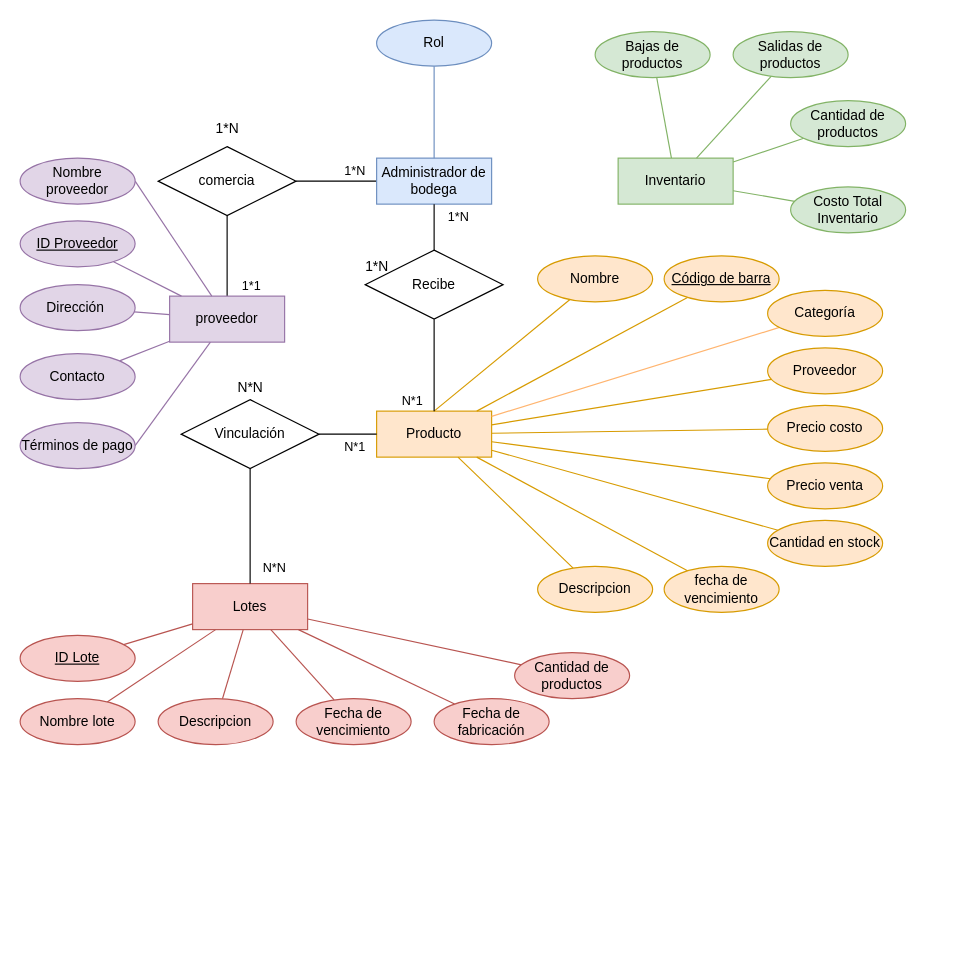
Above: Diagrama sin título.drawio in JotaMont/Evaluacion-2-Front-End (draw.io), before the change. Source tidied: cells renumbered, new cells numbered last; positions are measured from the earlier drawing's top-left corner, leaving out a move shared by most shapes. Both pictures are drawn from the tidied source at 115%, with x=0, y=0 at pixel (20, 20).
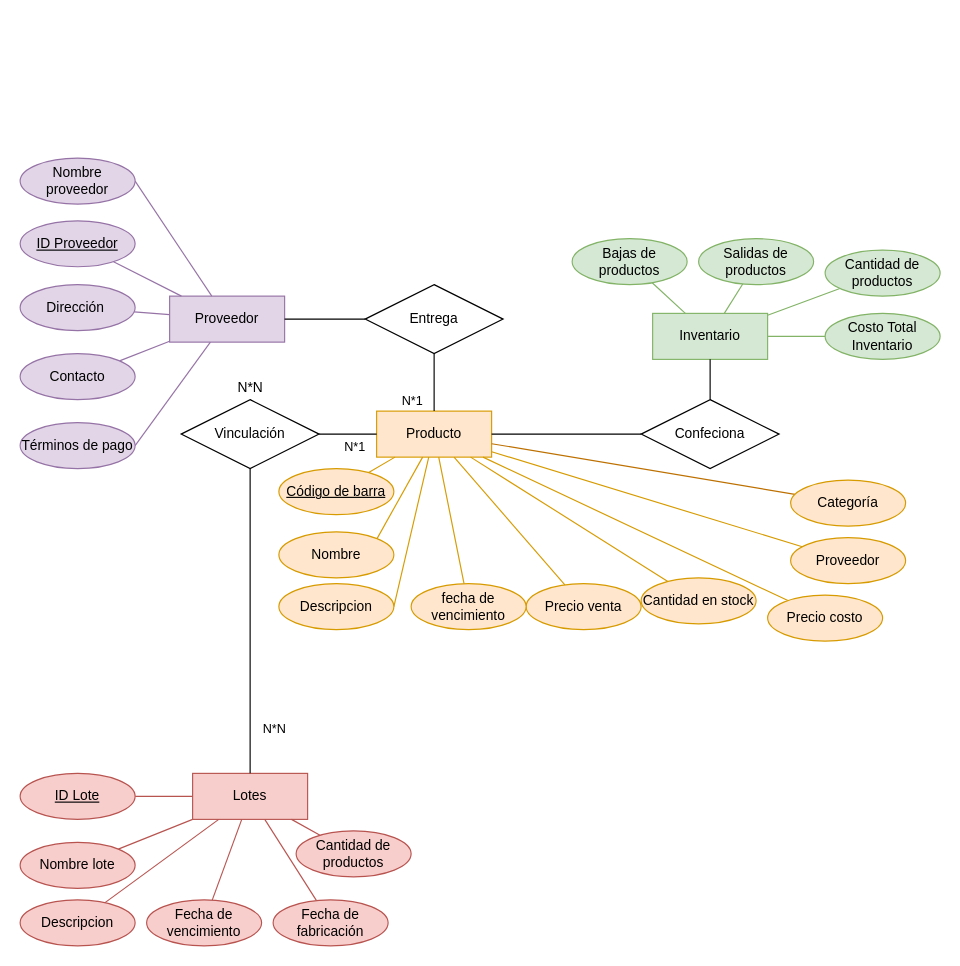
Above is the later version.

The change refers to these unchanged cells:
```xml
<mxCell id="8" value="Producto" style="whiteSpace=wrap;html=1;align=center;fillColor=#ffe6cc;strokeColor=#d79b00;" parent="1" vertex="1">
  <mxGeometry x="310" y="340" width="100" height="40" as="geometry" />
</mxCell>
<mxCell id="54" style="rounded=0;jettySize=auto;html=1;endArrow=none;endFill=0;" parent="1" edge="1" source="58" target="8">
  <mxGeometry relative="1" as="geometry" />
</mxCell>
```

Change to the diagram source:
```diff
@@
-    <mxCell id="2" style="edgeStyle=orthogonalEdgeStyle;rounded=0;jettySize=auto;html=1;endArrow=none;endFill=0;labelPosition=right;verticalLabelPosition=top;align=left;verticalAlign=bottom;" parent="1" edge="1" source="4" target="52">
-      <mxGeometry relative="1" as="geometry" />
-    </mxCell>
-    <mxCell id="3" value="1*N" style="edgeLabel;html=1;align=center;verticalAlign=middle;" parent="2" vertex="1">
-      <mxGeometry x="-0.43" y="3" relative="1" as="geometry">
-        <mxPoint y="-13" as="offset" />
-      </mxGeometry>
-    </mxCell>
-    <mxCell id="4" value="Administrador de bodega" style="whiteSpace=wrap;html=1;align=center;fillColor=#dae8fc;strokeColor=#6c8ebf;" parent="1" vertex="1">
-      <mxGeometry x="310" y="120" width="100" height="40" as="geometry" />
-    </mxCell>
-    <mxCell id="5" style="rounded=0;jettySize=auto;html=1;endArrow=none;endFill=0;labelPosition=left;verticalLabelPosition=top;align=right;verticalAlign=bottom;" parent="1" edge="1" source="7" target="52">
-      <mxGeometry relative="1" as="geometry" />
-    </mxCell>
-    <mxCell id="6" value="1*1" style="edgeLabel;html=1;align=center;verticalAlign=middle;" parent="5" vertex="1">
-      <mxGeometry x="-0.49" y="2" relative="1" as="geometry">
-        <mxPoint x="22" y="8" as="offset" />
-      </mxGeometry>
-    </mxCell>
-    <mxCell id="7" value="proveedor" style="whiteSpace=wrap;html=1;align=center;fillColor=#e1d5e7;strokeColor=#9673a6;" parent="1" vertex="1">
+    <mxCell id="7" value="Proveedor" style="whiteSpace=wrap;html=1;align=center;fillColor=#e1d5e7;strokeColor=#9673a6;" parent="1" vertex="1">
       <mxGeometry x="130" y="240" width="100" height="40" as="geometry" />
     </mxCell>
+    <mxCell id="75" style="edgeStyle=orthogonalEdgeStyle;rounded=0;jettySize=auto;html=1;exitX=0.5;exitY=0;exitDx=0;exitDy=0;" parent="1" edge="1" source="8">
+      <mxGeometry relative="1" as="geometry">
+        <mxPoint x="360" y="340" as="targetPoint" />
+      </mxGeometry>
+    </mxCell>
@@
     <mxCell id="9" value="Lotes" style="whiteSpace=wrap;html=1;align=center;fillColor=#f8cecc;strokeColor=#b85450;" parent="1" vertex="1">
-      <mxGeometry x="150" y="490" width="100" height="40" as="geometry" />
+      <mxGeometry x="150" y="655" width="100" height="40" as="geometry" />
     </mxCell>
-    <mxCell id="10" style="rounded=0;jettySize=auto;html=1;jumpStyle=line;endArrow=none;endFill=0;fillColor=#dae8fc;strokeColor=#6c8ebf;" parent="1" edge="1" source="11" target="4">
-      <mxGeometry relative="1" as="geometry" />
-    </mxCell>
-    <mxCell id="11" value="Rol" style="ellipse;whiteSpace=wrap;html=1;align=center;fillColor=#dae8fc;strokeColor=#6c8ebf;" parent="1" vertex="1">
-      <mxGeometry x="310" width="100" height="40" as="geometry" />
-    </mxCell>
-    <mxCell id="12" style="rounded=0;jettySize=auto;html=1;endArrow=none;endFill=0;strokeColor=#FFB570;" parent="1" edge="1" source="13" target="8">
+    <mxCell id="12" style="rounded=0;jettySize=auto;html=1;endArrow=none;endFill=0;strokeColor=#BD7000;fillColor=#f0a30a;" parent="1" edge="1" source="13" target="8">
       <mxGeometry relative="1" as="geometry" />
     </mxCell>
     <mxCell id="13" value="&lt;span style=&quot;text-align: left;&quot;&gt;Categoría&lt;/span&gt;" style="ellipse;whiteSpace=wrap;html=1;align=center;fillColor=#ffe6cc;strokeColor=#d79b00;" parent="1" vertex="1">
-      <mxGeometry x="650" y="235" width="100" height="40" as="geometry" />
+      <mxGeometry x="670" y="400" width="100" height="40" as="geometry" />
     </mxCell>
-    <mxCell id="14" style="rounded=0;jettySize=auto;html=1;endArrow=none;endFill=0;fillColor=#ffe6cc;strokeColor=#d79b00;entryX=0.5;entryY=0;entryDx=0;entryDy=0;" parent="1" edge="1" source="15" target="8">
-      <mxGeometry relative="1" as="geometry" />
+    <mxCell id="14" style="rounded=0;jettySize=auto;html=1;endArrow=none;endFill=0;fillColor=#ffe6cc;strokeColor=#d79b00;exitX=1;exitY=0;exitDx=0;exitDy=0;" parent="1" edge="1" source="15">
+      <mxGeometry relative="1" as="geometry">
+        <mxPoint x="350" y="380" as="targetPoint" />
+      </mxGeometry>
     </mxCell>
     <mxCell id="15" value="Nombre" style="ellipse;whiteSpace=wrap;html=1;align=center;fillColor=#ffe6cc;strokeColor=#d79b00;" parent="1" vertex="1">
-      <mxGeometry x="450" y="205" width="100" height="40" as="geometry" />
+      <mxGeometry x="225" y="445" width="100" height="40" as="geometry" />
     </mxCell>
@@
     <mxCell id="17" value="Código de barra" style="ellipse;whiteSpace=wrap;html=1;align=center;fontStyle=4;fillColor=#ffe6cc;strokeColor=#d79b00;" parent="1" vertex="1">
-      <mxGeometry x="560" y="205" width="100" height="40" as="geometry" />
+      <mxGeometry x="225" y="390" width="100" height="40" as="geometry" />
     </mxCell>
@@
     <mxCell id="19" value="Proveedor" style="ellipse;whiteSpace=wrap;html=1;align=center;fillColor=#ffe6cc;strokeColor=#d79b00;" parent="1" vertex="1">
-      <mxGeometry x="650" y="285" width="100" height="40" as="geometry" />
+      <mxGeometry x="670" y="450" width="100" height="40" as="geometry" />
     </mxCell>
@@
     <mxCell id="21" value="Precio costo" style="ellipse;whiteSpace=wrap;html=1;align=center;fillColor=#ffe6cc;strokeColor=#d79b00;" parent="1" vertex="1">
-      <mxGeometry x="650" y="335" width="100" height="40" as="geometry" />
+      <mxGeometry x="650" y="500" width="100" height="40" as="geometry" />
     </mxCell>
@@
     <mxCell id="23" value="Precio venta" style="ellipse;whiteSpace=wrap;html=1;align=center;fillColor=#ffe6cc;strokeColor=#d79b00;" parent="1" vertex="1">
-      <mxGeometry x="650" y="385" width="100" height="40" as="geometry" />
+      <mxGeometry x="440" y="490" width="100" height="40" as="geometry" />
     </mxCell>
@@
     <mxCell id="25" value="Cantidad en stock" style="ellipse;whiteSpace=wrap;html=1;align=center;fillColor=#ffe6cc;strokeColor=#d79b00;" parent="1" vertex="1">
-      <mxGeometry x="650" y="435" width="100" height="40" as="geometry" />
+      <mxGeometry x="540" y="485" width="100" height="40" as="geometry" />
     </mxCell>
@@
     <mxCell id="27" value="fecha de vencimiento" style="ellipse;whiteSpace=wrap;html=1;align=center;fillColor=#ffe6cc;strokeColor=#d79b00;" parent="1" vertex="1">
-      <mxGeometry x="560" y="475" width="100" height="40" as="geometry" />
+      <mxGeometry x="340" y="490" width="100" height="40" as="geometry" />
     </mxCell>
@@
     <mxCell id="39" value="ID Lote" style="ellipse;whiteSpace=wrap;html=1;align=center;fontStyle=4;fillColor=#f8cecc;strokeColor=#b85450;" parent="1" vertex="1">
-      <mxGeometry y="535" width="100" height="40" as="geometry" />
+      <mxGeometry y="655" width="100" height="40" as="geometry" />
     </mxCell>
@@
     <mxCell id="41" value="Nombre lote" style="ellipse;whiteSpace=wrap;html=1;align=center;fillColor=#f8cecc;strokeColor=#b85450;" parent="1" vertex="1">
-      <mxGeometry y="590" width="100" height="40" as="geometry" />
+      <mxGeometry y="715" width="100" height="40" as="geometry" />
     </mxCell>
@@
     <mxCell id="43" value="Cantidad de productos" style="ellipse;whiteSpace=wrap;html=1;align=center;fillColor=#f8cecc;strokeColor=#b85450;" parent="1" vertex="1">
-      <mxGeometry x="430" y="550" width="100" height="40" as="geometry" />
+      <mxGeometry x="240" y="705" width="100" height="40" as="geometry" />
     </mxCell>
@@
     <mxCell id="45" value="Fecha de fabricación" style="ellipse;whiteSpace=wrap;html=1;align=center;fillColor=#f8cecc;strokeColor=#b85450;" parent="1" vertex="1">
-      <mxGeometry x="360" y="590" width="100" height="40" as="geometry" />
+      <mxGeometry x="220" y="765" width="100" height="40" as="geometry" />
     </mxCell>
@@
     <mxCell id="47" value="Fecha de vencimiento" style="ellipse;whiteSpace=wrap;html=1;align=center;fillColor=#f8cecc;strokeColor=#b85450;" parent="1" vertex="1">
-      <mxGeometry x="240" y="590" width="100" height="40" as="geometry" />
+      <mxGeometry x="110" y="765" width="100" height="40" as="geometry" />
     </mxCell>
@@
     <mxCell id="49" value="Descripcion" style="ellipse;whiteSpace=wrap;html=1;align=center;fillColor=#f8cecc;strokeColor=#b85450;" parent="1" vertex="1">
-      <mxGeometry x="120" y="590" width="100" height="40" as="geometry" />
+      <mxGeometry y="765" width="100" height="40" as="geometry" />
     </mxCell>
-    <mxCell id="50" style="rounded=0;jettySize=auto;html=1;endArrow=none;endFill=0;fillColor=#ffe6cc;strokeColor=#d79b00;" parent="1" edge="1" source="51" target="8">
+    <mxCell id="50" style="rounded=0;jettySize=auto;html=1;endArrow=none;endFill=0;fillColor=#ffe6cc;strokeColor=#d79b00;exitX=1;exitY=0.5;exitDx=0;exitDy=0;" parent="1" edge="1" source="51" target="8">
       <mxGeometry relative="1" as="geometry" />
     </mxCell>
     <mxCell id="51" value="Descripcion" style="ellipse;whiteSpace=wrap;html=1;align=center;fillColor=#ffe6cc;strokeColor=#d79b00;" parent="1" vertex="1">
-      <mxGeometry x="450" y="475" width="100" height="40" as="geometry" />
+      <mxGeometry x="225" y="490" width="100" height="40" as="geometry" />
     </mxCell>
-    <mxCell id="52" value="&lt;div&gt;comercia&lt;/div&gt;" style="shape=rhombus;perimeter=rhombusPerimeter;whiteSpace=wrap;html=1;align=center;" parent="1" vertex="1">
-      <mxGeometry x="120" y="110" width="120" height="60" as="geometry" />
-    </mxCell>
-    <mxCell id="53" value="1*N" style="text;html=1;align=center;verticalAlign=middle;strokeColor=none;fillColor=none;" parent="1" vertex="1">
-      <mxGeometry x="160" y="80" width="40" height="30" as="geometry" />
-    </mxCell>
@@
     <mxCell id="55" value="N*1" style="edgeLabel;html=1;align=center;verticalAlign=middle;" parent="54" vertex="1">
       <mxGeometry x="0.68" y="-2" relative="1" as="geometry">
-        <mxPoint x="-18" y="3" as="offset" />
+        <mxPoint x="-18" y="-2" as="offset" />
       </mxGeometry>
     </mxCell>
-    <mxCell id="56" style="edgeStyle=orthogonalEdgeStyle;rounded=0;jettySize=auto;html=1;endArrow=none;endFill=0;" parent="1" edge="1" source="58" target="4">
-      <mxGeometry relative="1" as="geometry" />
-    </mxCell>
-    <mxCell id="57" value="1*N" style="edgeLabel;html=1;align=center;verticalAlign=middle;" parent="56" vertex="1">
-      <mxGeometry x="0.65" y="-2" relative="1" as="geometry">
-        <mxPoint x="18" y="3" as="offset" />
-      </mxGeometry>
-    </mxCell>
-    <mxCell id="58" value="Recibe" style="shape=rhombus;perimeter=rhombusPerimeter;whiteSpace=wrap;html=1;align=center;" parent="1" vertex="1">
-      <mxGeometry x="300" y="200" width="120" height="60" as="geometry" />
+    <mxCell id="58" value="Entrega" style="shape=rhombus;perimeter=rhombusPerimeter;whiteSpace=wrap;html=1;align=center;" parent="1" vertex="1">
+      <mxGeometry x="300" y="230" width="120" height="60" as="geometry" />
     </mxCell>
@@
-    <mxCell id="64" value="1*N" style="text;html=1;align=center;verticalAlign=middle;strokeColor=none;fillColor=none;" parent="1" vertex="1">
-      <mxGeometry x="290" y="200" width="40" height="30" as="geometry" />
-    </mxCell>
@@
     <mxCell id="66" value="Inventario" style="whiteSpace=wrap;html=1;align=center;fillColor=#d5e8d4;strokeColor=#82b366;" parent="1" vertex="1">
-      <mxGeometry x="520" y="120" width="100" height="40" as="geometry" />
+      <mxGeometry x="550" y="255" width="100" height="40" as="geometry" />
     </mxCell>
@@
     <mxCell id="68" value="Costo Total Inventario" style="ellipse;whiteSpace=wrap;html=1;align=center;fillColor=#d5e8d4;strokeColor=#82b366;" parent="1" vertex="1">
-      <mxGeometry x="670" y="145" width="100" height="40" as="geometry" />
+      <mxGeometry x="700" y="255" width="100" height="40" as="geometry" />
     </mxCell>
@@
     <mxCell id="70" value="Cantidad de productos" style="ellipse;whiteSpace=wrap;html=1;align=center;fillColor=#d5e8d4;strokeColor=#82b366;" parent="1" vertex="1">
-      <mxGeometry x="670" y="70" width="100" height="40" as="geometry" />
+      <mxGeometry x="700" y="200" width="100" height="40" as="geometry" />
     </mxCell>
@@
     <mxCell id="72" value="Salidas de productos" style="ellipse;whiteSpace=wrap;html=1;align=center;fillColor=#d5e8d4;strokeColor=#82b366;" parent="1" vertex="1">
-      <mxGeometry x="620" y="10" width="100" height="40" as="geometry" />
+      <mxGeometry x="590" y="190" width="100" height="40" as="geometry" />
     </mxCell>
@@
     <mxCell id="74" value="Bajas de productos" style="ellipse;whiteSpace=wrap;html=1;align=center;fillColor=#d5e8d4;strokeColor=#82b366;" parent="1" vertex="1">
-      <mxGeometry x="500" y="10" width="100" height="40" as="geometry" />
+      <mxGeometry x="480" y="190" width="100" height="40" as="geometry" />
     </mxCell>
+    <mxCell id="76" value="Confeciona" style="shape=rhombus;perimeter=rhombusPerimeter;whiteSpace=wrap;html=1;align=center;rotation=0;" parent="1" vertex="1">
+      <mxGeometry x="540" y="330" width="120" height="60" as="geometry" />
+    </mxCell>
+    <mxCell id="77" style="endArrow=none;html=1;rounded=0;exitX=1;exitY=0.5;exitDx=0;exitDy=0;entryX=0;entryY=0.5;entryDx=0;entryDy=0;" parent="1" edge="1" source="8" target="76">
+      <mxGeometry relative="1" as="geometry" />
+    </mxCell>
+    <mxCell id="78" style="endArrow=none;html=1;rounded=0;entryX=0.5;entryY=0;entryDx=0;entryDy=0;exitX=0.5;exitY=1;exitDx=0;exitDy=0;" parent="1" edge="1" source="66" target="76">
+      <mxGeometry relative="1" as="geometry" />
+    </mxCell>
+    <mxCell id="79" style="endArrow=none;html=1;rounded=0;exitX=1;exitY=0.5;exitDx=0;exitDy=0;entryX=0;entryY=0.5;entryDx=0;entryDy=0;" parent="1" edge="1" source="7" target="58">
+      <mxGeometry relative="1" as="geometry" />
+    </mxCell>
+    <mxCell id="80" style="edgeStyle=orthogonalEdgeStyle;rounded=0;orthogonalLoop=1;jettySize=auto;html=1;exitX=0.5;exitY=1;exitDx=0;exitDy=0;" parent="1" edge="1" source="15" target="15">
+      <mxGeometry relative="1" as="geometry" />
+    </mxCell>
```
